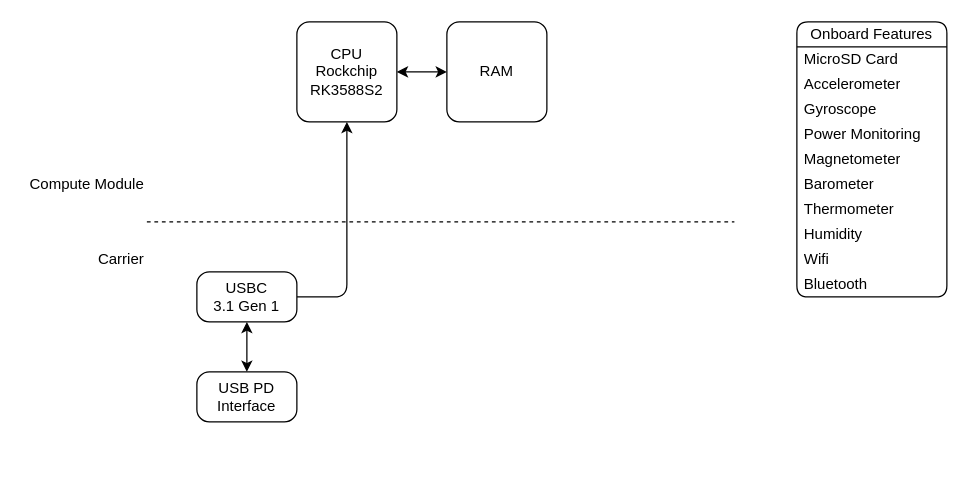
This is page "Brainstorm" (2 of 3) of Documents/Diagram.drawio from CawLabs/Bird-Brain, a draw.io file, before an edit. Source tidied: cells renumbered, new cells numbered last; positions are measured from the earlier drawing's top-left corner, leaving out a move shared by most shapes. Both pictures are drawn from the tidied source at 125%, with x=0, y=0 at pixel (21, 21).
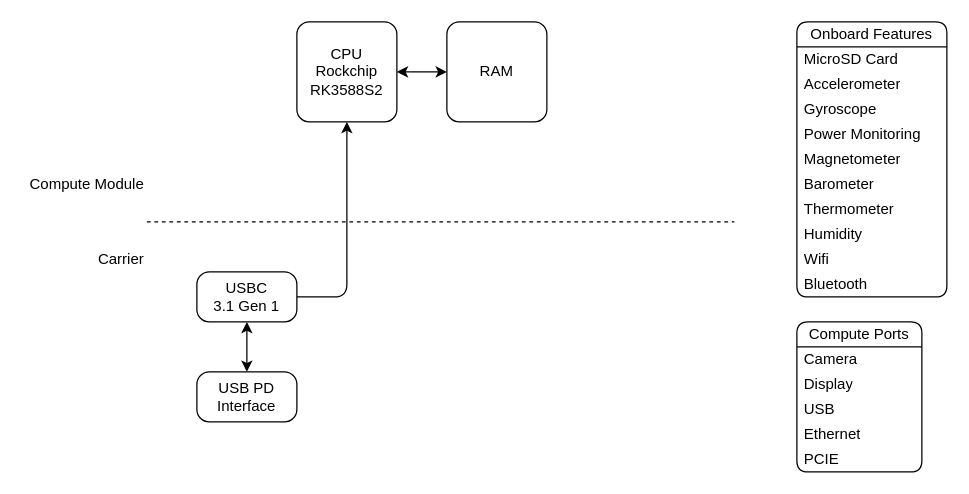
The same diagram, later.

Commit message:
Added Wanted compute module ports

Diff of the diagram source:
```diff
@@
+    <mxCell id="23" value="Compute Ports" style="swimlane;fontStyle=0;horizontal=1;startSize=20;whiteSpace=wrap;html=1;rounded=1;" parent="1" vertex="1">
+      <mxGeometry x="620" y="240" width="100" height="120" as="geometry" />
+    </mxCell>
+    <mxCell id="24" value="Camera" style="text;strokeColor=none;fillColor=none;align=left;verticalAlign=middle;spacingLeft=4;spacingRight=4;overflow=hidden;whiteSpace=wrap;html=1;" parent="23" vertex="1">
+      <mxGeometry y="20" width="100" height="20" as="geometry" />
+    </mxCell>
+    <mxCell id="25" value="Display" style="text;strokeColor=none;fillColor=none;align=left;verticalAlign=middle;spacingLeft=4;spacingRight=4;overflow=hidden;whiteSpace=wrap;html=1;" parent="23" vertex="1">
+      <mxGeometry y="40" width="100" height="20" as="geometry" />
+    </mxCell>
+    <mxCell id="26" value="USB" style="text;strokeColor=none;fillColor=none;align=left;verticalAlign=middle;spacingLeft=4;spacingRight=4;overflow=hidden;whiteSpace=wrap;html=1;" parent="23" vertex="1">
+      <mxGeometry y="60" width="100" height="20" as="geometry" />
+    </mxCell>
+    <mxCell id="27" value="Ethernet" style="text;strokeColor=none;fillColor=none;align=left;verticalAlign=middle;spacingLeft=4;spacingRight=4;overflow=hidden;whiteSpace=wrap;html=1;" parent="23" vertex="1">
+      <mxGeometry y="80" width="100" height="20" as="geometry" />
+    </mxCell>
+    <mxCell id="28" value="PCIE" style="text;strokeColor=none;fillColor=none;align=left;verticalAlign=middle;spacingLeft=4;spacingRight=4;overflow=hidden;whiteSpace=wrap;html=1;" parent="23" vertex="1">
+      <mxGeometry y="100" width="100" height="20" as="geometry" />
+    </mxCell>
```
